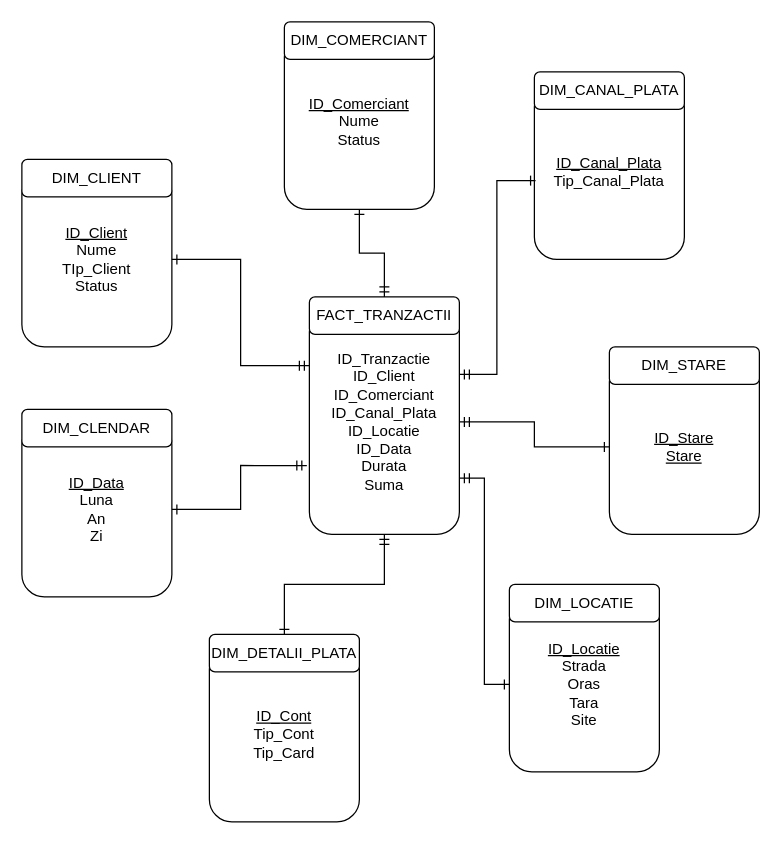
Before: erd-data-warehouse.drawio in banigeo/dw_bi, a draw.io diagram. Source tidied: cells renumbered, new cells numbered last; positions are measured from the earlier drawing's top-left corner, leaving out a move shared by most shapes. Both pictures are drawn from the tidied source at 125%, with x=0, y=0 at pixel (21, 21).
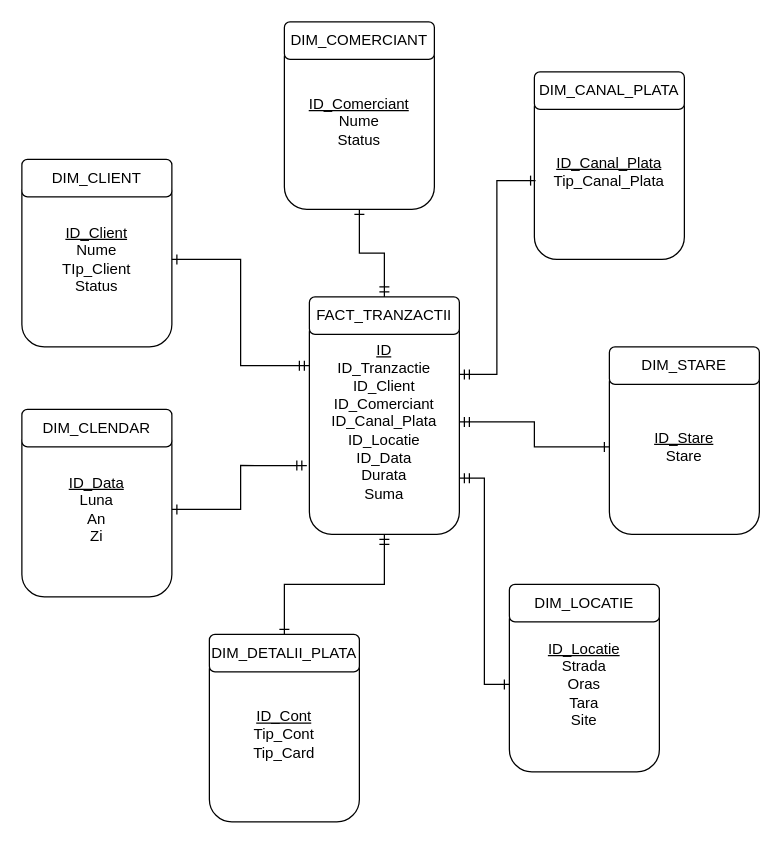
The same page after the edit.

Change to the diagram source:
```diff
@@
-    <mxCell id="3" value="ID_Tranzactie&lt;br&gt;ID_Client&lt;br&gt;ID_Comerciant&lt;br&gt;ID_Canal_Plata&lt;br&gt;ID_Locatie&lt;br&gt;ID_Data&lt;br&gt;Durata&lt;br&gt;Suma" style="rounded=1;whiteSpace=wrap;html=1;" parent="1" vertex="1">
+    <mxCell id="3" value="&lt;u&gt;ID&lt;/u&gt;&lt;br&gt;ID_Tranzactie&lt;br&gt;ID_Client&lt;br&gt;ID_Comerciant&lt;br&gt;ID_Canal_Plata&lt;br&gt;ID_Locatie&lt;br&gt;ID_Data&lt;br&gt;Durata&lt;br&gt;Suma" style="rounded=1;whiteSpace=wrap;html=1;" parent="1" vertex="1">
       <mxGeometry x="230" y="230" width="120" height="180" as="geometry" />
     </mxCell>
@@
-    <mxCell id="22" value="&lt;u&gt;ID_Stare&lt;br&gt;Stare&lt;br&gt;&lt;/u&gt;" style="rounded=1;whiteSpace=wrap;html=1;" parent="1" vertex="1">
+    <mxCell id="22" value="&lt;u&gt;ID_Stare&lt;/u&gt;&lt;br&gt;Stare" style="rounded=1;whiteSpace=wrap;html=1;" parent="1" vertex="1">
       <mxGeometry x="470" y="270" width="120" height="140" as="geometry" />
     </mxCell>
```
